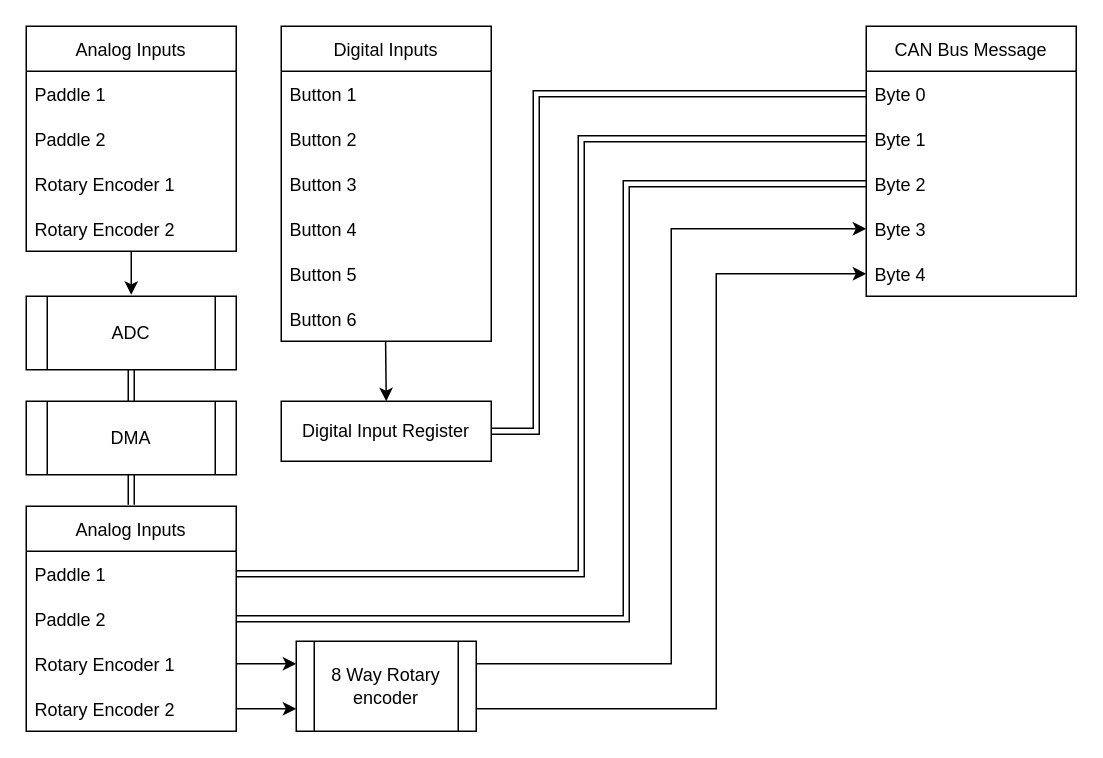
Before: page "Data FLow" (2 of 2) of Steering_wheel_2022.drawio in Jack17432/FSAE_steering_wheel_2022, a draw.io diagram. Source tidied: cells renumbered, new cells numbered last; positions are measured from the earlier drawing's top-left corner, leaving out a move shared by most shapes. Both pictures are drawn from the tidied source at 150%, with x=0, y=0 at pixel (26, 26).
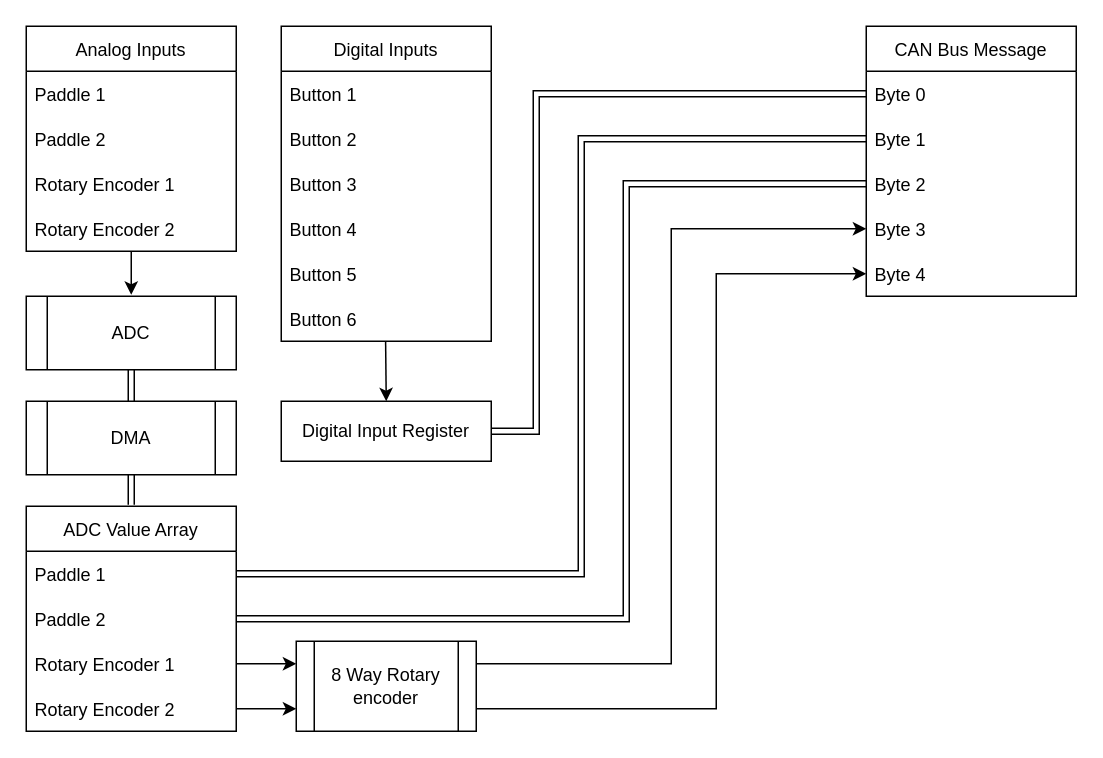
The same diagram, later.

Commit message:
Fixed typo on diagram

What changed in the source:
```diff
@@
-    <mxCell id="21" value="Analog Inputs" style="swimlane;fontStyle=0;horizontal=1;startSize=30;" parent="1" vertex="1">
+    <mxCell id="21" value="ADC Value Array" style="swimlane;fontStyle=0;horizontal=1;startSize=30;" parent="1" vertex="1">
       <mxGeometry y="320" width="140" height="150" as="geometry" />
     </mxCell>
```
